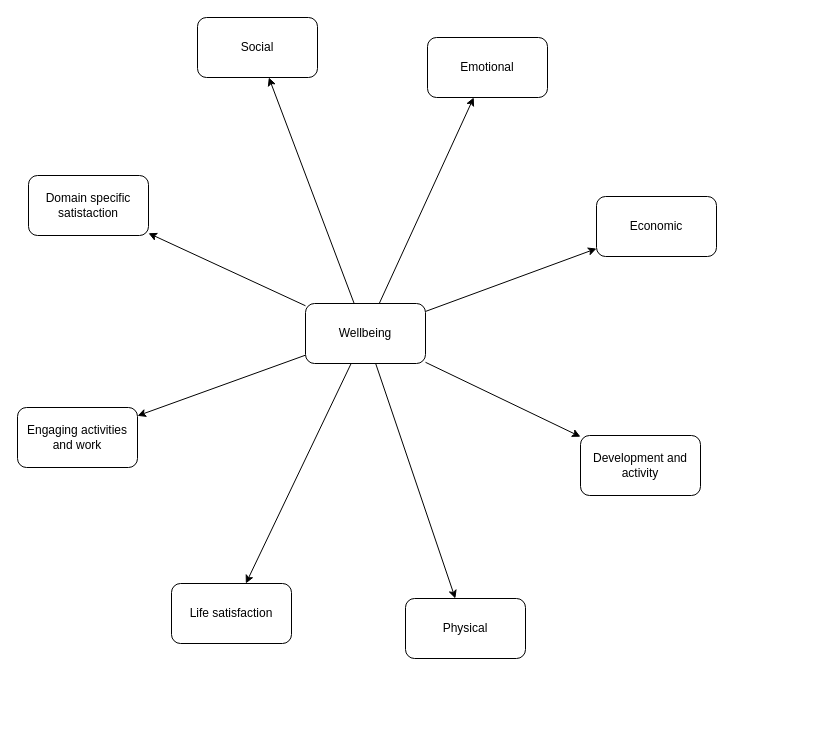
This is page "Wellbeing home" (1 of 4) of Wellbeing.drawio from alfonsograziano/personal-blog, a draw.io file, before an edit. Source tidied: cells renumbered, new cells numbered last; positions are measured from the earlier drawing's top-left corner, leaving out a move shared by most shapes. Both pictures are drawn from the tidied source at 100%, with x=0, y=0 at pixel (17, 17).
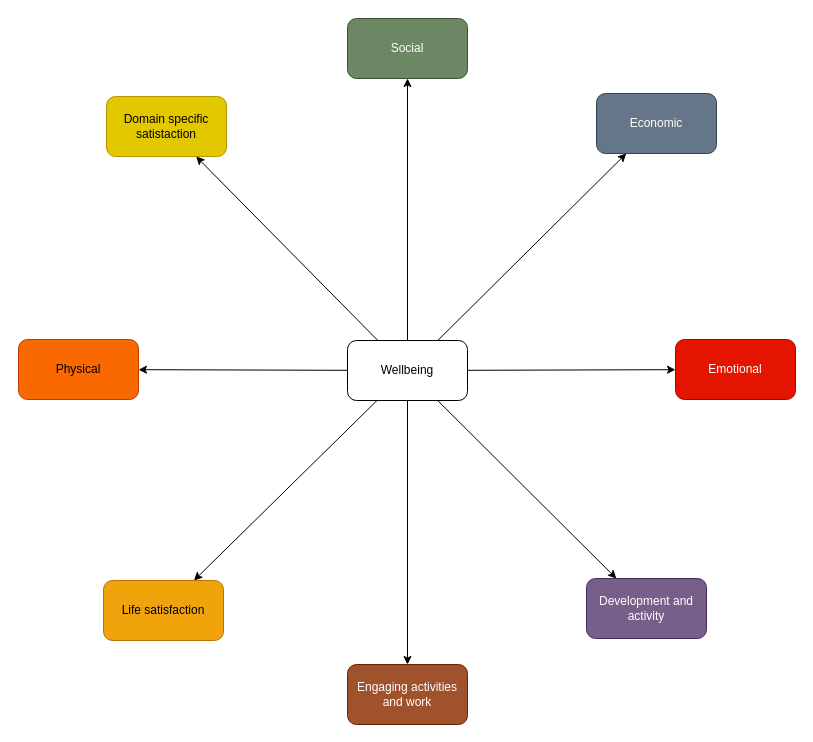
The same page after the edit.

Diff of the diagram source:
```diff
@@
-<mxGraphModel>
+<mxGraphModel background="#ffffff">
   <root>
     <mxCell id="0" />
     <mxCell id="1" parent="0" />
     <mxCell id="2" style="edgeStyle=none;rounded=0;jettySize=auto;html=1;noEdgeStyle=1;" parent="1" edge="1" source="10" target="18">
       <mxGeometry relative="1" as="geometry" />
     </mxCell>
     <mxCell id="3" style="edgeStyle=none;rounded=0;jettySize=auto;html=1;noEdgeStyle=1;" parent="1" edge="1" source="10" target="11">
       <mxGeometry relative="1" as="geometry" />
     </mxCell>
     <mxCell id="4" style="edgeStyle=none;rounded=0;jettySize=auto;html=1;noEdgeStyle=1;" parent="1" edge="1" source="10" target="12">
       <mxGeometry relative="1" as="geometry" />
     </mxCell>
     <mxCell id="5" style="edgeStyle=none;rounded=0;jettySize=auto;html=1;noEdgeStyle=1;" parent="1" edge="1" source="10" target="13">
       <mxGeometry relative="1" as="geometry" />
     </mxCell>
     <mxCell id="6" style="edgeStyle=none;rounded=0;jettySize=auto;html=1;noEdgeStyle=1;" parent="1" edge="1" source="10" target="14">
       <mxGeometry relative="1" as="geometry" />
     </mxCell>
     <mxCell id="7" style="edgeStyle=none;rounded=0;jettySize=auto;html=1;noEdgeStyle=1;" parent="1" edge="1" source="10" target="15">
       <mxGeometry relative="1" as="geometry" />
     </mxCell>
     <mxCell id="8" style="edgeStyle=none;rounded=0;jettySize=auto;html=1;noEdgeStyle=1;" parent="1" edge="1" source="10" target="16">
       <mxGeometry relative="1" as="geometry" />
     </mxCell>
     <mxCell id="9" style="edgeStyle=none;rounded=0;jettySize=auto;html=1;noEdgeStyle=1;" parent="1" edge="1" source="10" target="17">
       <mxGeometry relative="1" as="geometry" />
     </mxCell>
     <mxCell id="10" value="Wellbeing" style="rounded=1;whiteSpace=wrap;html=1;" parent="1" vertex="1">
-      <mxGeometry x="288" y="286" width="120" height="60" as="geometry" />
+      <mxGeometry x="330" y="323" width="120" height="60" as="geometry" />
     </mxCell>
-    <mxCell id="11" value="Physical" style="rounded=1;whiteSpace=wrap;html=1;" parent="1" vertex="1">
-      <mxGeometry x="388" y="581" width="120" height="60" as="geometry" />
+    <mxCell id="11" value="Physical" style="rounded=1;whiteSpace=wrap;html=1;fillColor=#fa6800;fontColor=#000000;strokeColor=#C73500;" parent="1" vertex="1">
+      <mxGeometry x="1" y="322" width="120" height="60" as="geometry" />
     </mxCell>
-    <mxCell id="12" value="Economic" style="rounded=1;whiteSpace=wrap;html=1;" parent="1" vertex="1">
-      <mxGeometry x="579" y="179" width="120" height="60" as="geometry" />
+    <mxCell id="12" value="Economic" style="rounded=1;whiteSpace=wrap;html=1;fillColor=#647687;fontColor=#ffffff;strokeColor=#314354;" parent="1" vertex="1">
+      <mxGeometry x="579" y="76" width="120" height="60" as="geometry" />
     </mxCell>
-    <mxCell id="13" value="Social" style="rounded=1;whiteSpace=wrap;html=1;" parent="1" vertex="1">
-      <mxGeometry x="180" width="120" height="60" as="geometry" />
+    <mxCell id="13" value="Social" style="rounded=1;whiteSpace=wrap;html=1;fillColor=#6d8764;fontColor=#ffffff;strokeColor=#3A5431;" parent="1" vertex="1">
+      <mxGeometry x="330" y="1" width="120" height="60" as="geometry" />
     </mxCell>
-    <mxCell id="14" value="Development and activity" style="rounded=1;whiteSpace=wrap;html=1;" parent="1" vertex="1">
-      <mxGeometry x="563" y="418" width="120" height="60" as="geometry" />
+    <mxCell id="14" value="Development and activity" style="rounded=1;whiteSpace=wrap;html=1;fillColor=#76608a;fontColor=#ffffff;strokeColor=#432D57;" parent="1" vertex="1">
+      <mxGeometry x="569" y="561" width="120" height="60" as="geometry" />
     </mxCell>
-    <mxCell id="15" value="Emotional" style="rounded=1;whiteSpace=wrap;html=1;" parent="1" vertex="1">
-      <mxGeometry x="410" y="20" width="120" height="60" as="geometry" />
+    <mxCell id="15" value="Emotional" style="rounded=1;whiteSpace=wrap;html=1;fillColor=#e51400;fontColor=#ffffff;strokeColor=#B20000;" parent="1" vertex="1">
+      <mxGeometry x="658" y="322" width="120" height="60" as="geometry" />
     </mxCell>
-    <mxCell id="16" value="Life satisfaction" style="rounded=1;whiteSpace=wrap;html=1;" parent="1" vertex="1">
-      <mxGeometry x="154" y="566" width="120" height="60" as="geometry" />
+    <mxCell id="16" value="Life satisfaction" style="rounded=1;whiteSpace=wrap;html=1;fillColor=#f0a30a;fontColor=#000000;strokeColor=#BD7000;" parent="1" vertex="1">
+      <mxGeometry x="86" y="563" width="120" height="60" as="geometry" />
     </mxCell>
-    <mxCell id="17" value="Domain specific satistaction" style="rounded=1;whiteSpace=wrap;html=1;" parent="1" vertex="1">
-      <mxGeometry x="11" y="158" width="120" height="60" as="geometry" />
+    <mxCell id="17" value="Domain specific satistaction" style="rounded=1;whiteSpace=wrap;html=1;fillColor=#e3c800;fontColor=#000000;strokeColor=#B09500;" parent="1" vertex="1">
+      <mxGeometry x="89" y="79" width="120" height="60" as="geometry" />
     </mxCell>
-    <mxCell id="18" value="Engaging activities and work" style="rounded=1;whiteSpace=wrap;html=1;" parent="1" vertex="1">
-      <mxGeometry y="390" width="120" height="60" as="geometry" />
+    <mxCell id="18" value="Engaging activities and work" style="rounded=1;whiteSpace=wrap;html=1;fillColor=#a0522d;fontColor=#ffffff;strokeColor=#6D1F00;" parent="1" vertex="1">
+      <mxGeometry x="330" y="647" width="120" height="60" as="geometry" />
     </mxCell>
   </root>
 </mxGraphModel>
```
